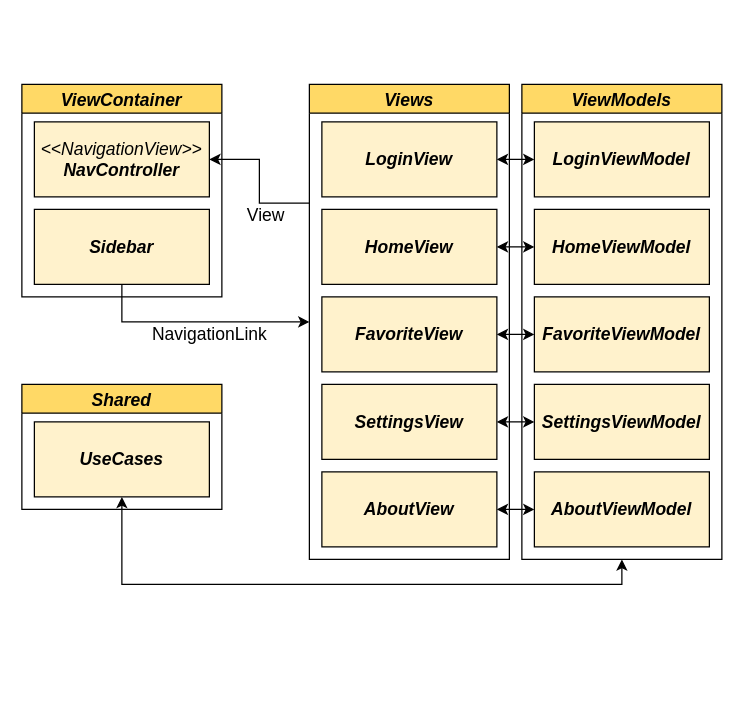
This is page "Page-20" (20 of 22) of tesi-2.drawio from paganellif/tesi-paganelli, a draw.io file, before an edit. Source tidied: cells renumbered, new cells numbered last; positions are measured from the earlier drawing's top-left corner, leaving out a move shared by most shapes. Both pictures are drawn from the tidied source at 125%, with x=0, y=0 at pixel (21, 84).
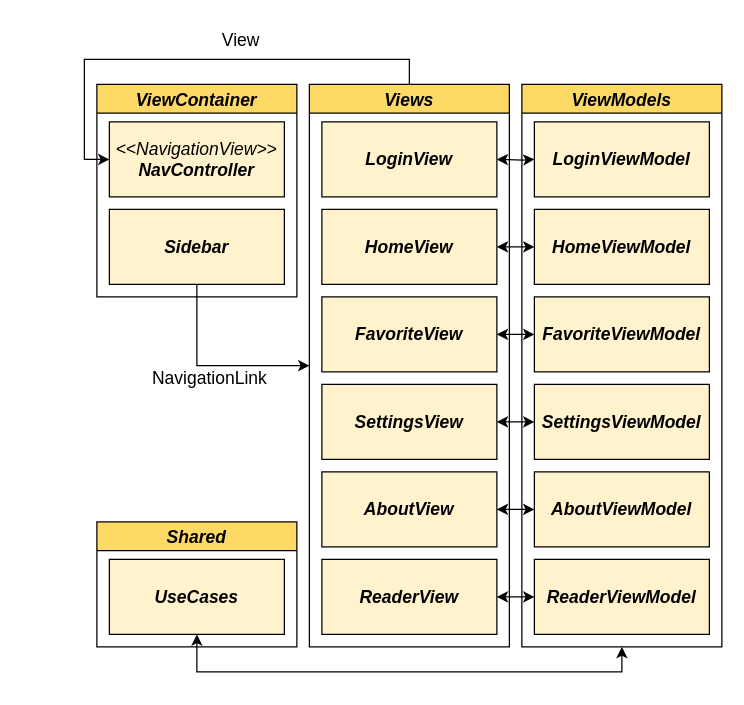
After the change.

Unchanged cells that the change refers to:
```xml
<mxCell id="3" value="&lt;b style=&quot;font-size: 14px;&quot;&gt;&lt;i style=&quot;font-size: 14px;&quot;&gt;HomeView&lt;/i&gt;&lt;/b&gt;" style="rounded=0;whiteSpace=wrap;html=1;fontSize=14;strokeColor=#000000;fillColor=#FFF2CC;" parent="1" vertex="1">
  <mxGeometry x="240" y="100" width="140" height="60" as="geometry" />
</mxCell>
<mxCell id="5" value="&lt;b style=&quot;font-size: 14px;&quot;&gt;&lt;i style=&quot;font-size: 14px;&quot;&gt;HomeViewModel&lt;/i&gt;&lt;/b&gt;" style="rounded=0;whiteSpace=wrap;html=1;fontSize=14;strokeColor=#000000;fillColor=#FFF2CC;" parent="1" vertex="1">
  <mxGeometry x="410" y="100" width="140" height="60" as="geometry" />
</mxCell>
<mxCell id="6" value="&lt;b style=&quot;font-size: 14px;&quot;&gt;&lt;i style=&quot;font-size: 14px;&quot;&gt;FavoriteView&lt;/i&gt;&lt;/b&gt;" style="rounded=0;whiteSpace=wrap;html=1;fontSize=14;strokeColor=#000000;fillColor=#FFF2CC;" parent="1" vertex="1">
  <mxGeometry x="240" y="170" width="140" height="60" as="geometry" />
</mxCell>
<mxCell id="8" value="&lt;b&gt;&lt;i&gt;FavoriteView&lt;/i&gt;&lt;/b&gt;&lt;b style=&quot;font-size: 14px;&quot;&gt;&lt;i style=&quot;font-size: 14px;&quot;&gt;Model&lt;/i&gt;&lt;/b&gt;" style="rounded=0;whiteSpace=wrap;html=1;fontSize=14;strokeColor=#000000;fillColor=#FFF2CC;" parent="1" vertex="1">
  <mxGeometry x="410" y="170" width="140" height="60" as="geometry" />
</mxCell>
<mxCell id="9" value="&lt;b style=&quot;font-size: 14px;&quot;&gt;&lt;i style=&quot;font-size: 14px;&quot;&gt;AboutView&lt;/i&gt;&lt;/b&gt;" style="rounded=0;whiteSpace=wrap;html=1;fontSize=14;strokeColor=#000000;fillColor=#FFF2CC;" parent="1" vertex="1">
  <mxGeometry x="240" y="310" width="140" height="60" as="geometry" />
</mxCell>
<mxCell id="11" value="&lt;b&gt;&lt;i&gt;AboutViewModel&lt;/i&gt;&lt;/b&gt;" style="rounded=0;whiteSpace=wrap;html=1;fontSize=14;strokeColor=#000000;fillColor=#FFF2CC;" parent="1" vertex="1">
  <mxGeometry x="410" y="310" width="140" height="60" as="geometry" />
</mxCell>
<mxCell id="12" value="&lt;b style=&quot;font-size: 14px;&quot;&gt;&lt;i style=&quot;font-size: 14px;&quot;&gt;SettingsView&lt;/i&gt;&lt;/b&gt;" style="rounded=0;whiteSpace=wrap;html=1;fontSize=14;strokeColor=#000000;fillColor=#FFF2CC;" parent="1" vertex="1">
  <mxGeometry x="240" y="240" width="140" height="60" as="geometry" />
</mxCell>
<mxCell id="14" value="&lt;b&gt;&lt;i&gt;SettingsViewModel&lt;/i&gt;&lt;/b&gt;" style="rounded=0;whiteSpace=wrap;html=1;fontSize=14;strokeColor=#000000;fillColor=#FFF2CC;" parent="1" vertex="1">
  <mxGeometry x="410" y="240" width="140" height="60" as="geometry" />
</mxCell>
<mxCell id="16" value="&lt;b style=&quot;font-size: 14px;&quot;&gt;&lt;i style=&quot;font-size: 14px;&quot;&gt;LoginView&lt;/i&gt;&lt;/b&gt;" style="rounded=0;whiteSpace=wrap;html=1;fontSize=14;strokeColor=#000000;fillColor=#FFF2CC;" parent="1" vertex="1">
  <mxGeometry x="240" y="30" width="140" height="60" as="geometry" />
</mxCell>
<mxCell id="17" value="&lt;b style=&quot;font-size: 14px;&quot;&gt;&lt;i style=&quot;font-size: 14px;&quot;&gt;LoginViewModel&lt;/i&gt;&lt;/b&gt;" style="rounded=0;whiteSpace=wrap;html=1;fontSize=14;strokeColor=#000000;fillColor=#FFF2CC;" parent="1" vertex="1">
  <mxGeometry x="410" y="30" width="140" height="60" as="geometry" />
</mxCell>
```

Change to the diagram source:
```diff
@@
     <mxCell id="2" value="ViewContainer" style="swimlane;fillColor=#FFD966;fontSize=14;fontStyle=3;" parent="1" vertex="1">
-      <mxGeometry width="160" height="170" as="geometry" />
+      <mxGeometry x="60" width="160" height="170" as="geometry" />
     </mxCell>
@@
-    <mxCell id="4" style="edgeStyle=orthogonalEdgeStyle;rounded=0;jettySize=auto;html=1;fontSize=14;startArrow=classic;startFill=1;" parent="1" edge="1" source="5" target="3">
-      <mxGeometry relative="1" as="geometry" />
+    <mxCell id="4" style="edgeStyle=orthogonalEdgeStyle;rounded=0;jettySize=auto;html=1;fontSize=14;startArrow=classic;startFill=1;" parent="1" edge="1" source="5">
+      <mxGeometry relative="1" as="geometry">
+        <mxPoint x="380" y="130" as="targetPoint" />
+      </mxGeometry>
     </mxCell>
@@
-    <mxCell id="7" style="edgeStyle=orthogonalEdgeStyle;rounded=0;jettySize=auto;html=1;fontSize=14;startArrow=classic;startFill=1;" parent="1" edge="1" source="8" target="6">
-      <mxGeometry relative="1" as="geometry" />
+    <mxCell id="7" style="edgeStyle=orthogonalEdgeStyle;rounded=0;jettySize=auto;html=1;fontSize=14;startArrow=classic;startFill=1;" parent="1" edge="1" source="8">
+      <mxGeometry relative="1" as="geometry">
+        <mxPoint x="380" y="200" as="targetPoint" />
+      </mxGeometry>
     </mxCell>
@@
-    <mxCell id="10" style="edgeStyle=orthogonalEdgeStyle;rounded=0;jettySize=auto;html=1;fontSize=14;startArrow=classic;startFill=1;" parent="1" edge="1" source="11" target="9">
-      <mxGeometry relative="1" as="geometry" />
+    <mxCell id="10" style="edgeStyle=orthogonalEdgeStyle;rounded=0;jettySize=auto;html=1;fontSize=14;startArrow=classic;startFill=1;" parent="1" edge="1" source="11">
+      <mxGeometry relative="1" as="geometry">
+        <mxPoint x="380" y="340" as="targetPoint" />
+      </mxGeometry>
     </mxCell>
@@
-    <mxCell id="13" style="edgeStyle=orthogonalEdgeStyle;rounded=0;jettySize=auto;html=1;fontSize=14;startArrow=classic;startFill=1;" parent="1" edge="1" source="14" target="12">
-      <mxGeometry relative="1" as="geometry" />
+    <mxCell id="13" style="edgeStyle=orthogonalEdgeStyle;rounded=0;jettySize=auto;html=1;fontSize=14;startArrow=classic;startFill=1;" parent="1" edge="1" source="14">
+      <mxGeometry relative="1" as="geometry">
+        <mxPoint x="380" y="270" as="targetPoint" />
+      </mxGeometry>
     </mxCell>
@@
-    <mxCell id="15" style="edgeStyle=orthogonalEdgeStyle;rounded=0;jettySize=auto;html=1;fontSize=14;startArrow=classic;startFill=1;" parent="1" edge="1" source="16" target="17">
-      <mxGeometry relative="1" as="geometry" />
+    <mxCell id="15" style="edgeStyle=orthogonalEdgeStyle;rounded=0;jettySize=auto;html=1;fontSize=14;startArrow=classic;startFill=1;" parent="1" edge="1" target="17">
+      <mxGeometry relative="1" as="geometry">
+        <mxPoint x="380" y="60" as="sourcePoint" />
+      </mxGeometry>
     </mxCell>
@@
     <mxCell id="18" value="Views" style="swimlane;fillColor=#FFD966;fontSize=14;fontStyle=3;" parent="1" vertex="1">
-      <mxGeometry x="230" width="160" height="380" as="geometry" />
+      <mxGeometry x="230" width="160" height="450" as="geometry" />
     </mxCell>
+    <mxCell id="29" value="&lt;b style=&quot;font-size: 14px;&quot;&gt;&lt;i style=&quot;font-size: 14px;&quot;&gt;ReaderView&lt;/i&gt;&lt;/b&gt;" style="rounded=0;whiteSpace=wrap;html=1;fontSize=14;strokeColor=#000000;fillColor=#FFF2CC;" parent="18" vertex="1">
+      <mxGeometry x="10" y="380" width="140" height="60" as="geometry" />
+    </mxCell>
     <mxCell id="19" value="ViewModels" style="swimlane;fillColor=#FFD966;fontSize=14;fontStyle=3;" parent="1" vertex="1">
-      <mxGeometry x="400" width="160" height="380" as="geometry" />
+      <mxGeometry x="400" width="160" height="450" as="geometry" />
     </mxCell>
+    <mxCell id="30" style="edgeStyle=orthogonalEdgeStyle;rounded=0;jettySize=auto;html=1;fontSize=14;startArrow=classic;startFill=1;" parent="19" edge="1" source="31">
+      <mxGeometry relative="1" as="geometry">
+        <mxPoint x="-20" y="410" as="targetPoint" />
+      </mxGeometry>
+    </mxCell>
+    <mxCell id="31" value="&lt;b&gt;&lt;i&gt;ReaderViewModel&lt;/i&gt;&lt;/b&gt;" style="rounded=0;whiteSpace=wrap;html=1;fontSize=14;strokeColor=#000000;fillColor=#FFF2CC;" parent="19" vertex="1">
+      <mxGeometry x="10" y="380" width="140" height="60" as="geometry" />
+    </mxCell>
     <mxCell id="20" value="&lt;span style=&quot;font-size: 14px;&quot;&gt;&lt;i style=&quot;font-size: 14px;&quot;&gt;&amp;lt;&amp;lt;NavigationView&amp;gt;&amp;gt;&lt;br&gt;&lt;b&gt;NavController&lt;/b&gt;&lt;/i&gt;&lt;/span&gt;" style="rounded=0;whiteSpace=wrap;html=1;fontSize=14;strokeColor=#000000;fillColor=#FFF2CC;" parent="1" vertex="1">
-      <mxGeometry x="10" y="30" width="140" height="60" as="geometry" />
+      <mxGeometry x="70" y="30" width="140" height="60" as="geometry" />
     </mxCell>
-    <mxCell id="21" style="edgeStyle=orthogonalEdgeStyle;rounded=0;jettySize=auto;html=1;entryX=0;entryY=0.5;entryDx=0;entryDy=0;exitX=0.5;exitY=1;exitDx=0;exitDy=0;" parent="1" edge="1" source="22" target="18">
+    <mxCell id="21" style="edgeStyle=orthogonalEdgeStyle;rounded=0;jettySize=auto;html=1;exitX=0.5;exitY=1;exitDx=0;exitDy=0;entryX=0;entryY=0.5;entryDx=0;entryDy=0;" parent="1" edge="1" source="22" target="18">
       <mxGeometry relative="1" as="geometry">
         <Array as="points">
-          <mxPoint x="80" y="190" />
+          <mxPoint x="140" y="225" />
         </Array>
       </mxGeometry>
     </mxCell>
     <mxCell id="22" value="&lt;b style=&quot;font-size: 14px;&quot;&gt;&lt;i style=&quot;font-size: 14px;&quot;&gt;Sidebar&lt;/i&gt;&lt;/b&gt;" style="rounded=0;whiteSpace=wrap;html=1;fontSize=14;strokeColor=#000000;fillColor=#FFF2CC;" parent="1" vertex="1">
-      <mxGeometry x="10" y="100" width="140" height="60" as="geometry" />
+      <mxGeometry x="70" y="100" width="140" height="60" as="geometry" />
     </mxCell>
     <mxCell id="23" value="&lt;font style=&quot;font-size: 14px;&quot;&gt;NavigationLink&lt;/font&gt;" style="text;html=1;align=center;verticalAlign=middle;strokeColor=none;fillColor=none;" parent="1" vertex="1">
-      <mxGeometry x="90" y="185" width="120" height="30" as="geometry" />
+      <mxGeometry x="90" y="220" width="120" height="30" as="geometry" />
     </mxCell>
-    <mxCell id="24" style="edgeStyle=orthogonalEdgeStyle;rounded=0;jettySize=auto;html=1;entryX=1;entryY=0.5;entryDx=0;entryDy=0;exitX=0;exitY=0.25;exitDx=0;exitDy=0;" parent="1" edge="1" source="18" target="20">
-      <mxGeometry relative="1" as="geometry" />
+    <mxCell id="24" style="edgeStyle=orthogonalEdgeStyle;rounded=0;jettySize=auto;html=1;entryX=0;entryY=0.5;entryDx=0;entryDy=0;exitX=0.5;exitY=0;exitDx=0;exitDy=0;" parent="1" edge="1" source="18" target="20">
+      <mxGeometry relative="1" as="geometry">
+        <Array as="points">
+          <mxPoint x="310" y="-20" />
+          <mxPoint x="50" y="-20" />
+          <mxPoint x="50" y="60" />
+        </Array>
+      </mxGeometry>
     </mxCell>
     <mxCell id="25" value="View" style="text;html=1;align=center;verticalAlign=middle;strokeColor=none;fillColor=none;fontSize=14;" parent="1" vertex="1">
-      <mxGeometry x="170" y="90" width="50" height="30" as="geometry" />
+      <mxGeometry x="150" y="-50" width="50" height="30" as="geometry" />
     </mxCell>
-    <mxCell id="26" style="edgeStyle=orthogonalEdgeStyle;rounded=0;jettySize=auto;html=1;fontSize=14;startArrow=classic;startFill=1;entryX=0.5;entryY=1;entryDx=0;entryDy=0;" parent="1" edge="1" source="27" target="19">
+    <mxCell id="26" style="edgeStyle=orthogonalEdgeStyle;rounded=0;jettySize=auto;html=1;fontSize=14;startArrow=classic;startFill=1;entryX=0.5;entryY=1;entryDx=0;entryDy=0;exitX=0.5;exitY=1;exitDx=0;exitDy=0;" parent="1" edge="1" source="27" target="19">
       <mxGeometry relative="1" as="geometry">
         <Array as="points">
-          <mxPoint x="80" y="400" />
-          <mxPoint x="480" y="400" />
+          <mxPoint x="140" y="470" />
+          <mxPoint x="480" y="470" />
         </Array>
       </mxGeometry>
     </mxCell>
     <mxCell id="27" value="&lt;b style=&quot;font-size: 14px;&quot;&gt;&lt;i style=&quot;font-size: 14px;&quot;&gt;UseCases&lt;/i&gt;&lt;/b&gt;" style="rounded=0;whiteSpace=wrap;html=1;fontSize=14;strokeColor=#000000;fillColor=#FFF2CC;" parent="1" vertex="1">
-      <mxGeometry x="10" y="270" width="140" height="60" as="geometry" />
+      <mxGeometry x="70" y="380" width="140" height="60" as="geometry" />
     </mxCell>
     <mxCell id="28" value="Shared" style="swimlane;fillColor=#FFD966;fontSize=14;fontStyle=3;" parent="1" vertex="1">
-      <mxGeometry y="240" width="160" height="100" as="geometry" />
+      <mxGeometry x="60" y="350" width="160" height="100" as="geometry" />
     </mxCell>
```
